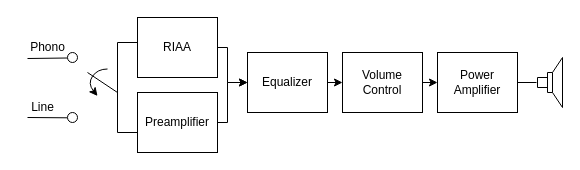
This is figures/technical_analysis/generic_hifi_amplifier.drawio from Niclasapdk/ESD4_project, a draw.io file, before an edit. Source tidied: cells renumbered, new cells numbered last; positions are measured from the earlier drawing's top-left corner, leaving out a move shared by most shapes. Both pictures are drawn from the tidied source at 100%, with x=0, y=0 at pixel (17, 17).
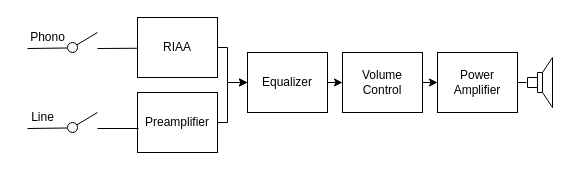
The same diagram, later.

Unchanged cells that the change refers to:
```xml
<mxCell id="3" value="RIAA" style="rounded=0;whiteSpace=wrap;html=1;" parent="1" vertex="1">
  <mxGeometry x="120" width="80" height="60" as="geometry" />
</mxCell>
<mxCell id="5" value="Preamplifier" style="rounded=0;whiteSpace=wrap;html=1;" parent="1" vertex="1">
  <mxGeometry x="120" y="75" width="80" height="60" as="geometry" />
</mxCell>
```

What changed in the source:
```diff
@@
     <mxCell id="6" style="endArrow=none;html=1;rounded=0;" parent="1" edge="1">
       <mxGeometry relative="1" as="geometry">
-        <mxPoint x="10" y="41" as="sourcePoint" />
-        <mxPoint x="50" y="40.5" as="targetPoint" />
+        <mxPoint x="10" y="31" as="sourcePoint" />
+        <mxPoint x="50" y="30.5" as="targetPoint" />
       </mxGeometry>
     </mxCell>
     <mxCell id="7" value="&lt;div&gt;Phono&lt;/div&gt;" style="text;html=1;align=center;verticalAlign=middle;strokeColor=none;fillColor=none;" parent="1" vertex="1">
-      <mxGeometry y="15" width="60" height="30" as="geometry" />
+      <mxGeometry y="5" width="60" height="30" as="geometry" />
     </mxCell>
-    <mxCell id="8" style="endArrow=none;html=1;rounded=0;" parent="1" edge="1">
-      <mxGeometry relative="1" as="geometry">
-        <mxPoint x="10" y="100" as="sourcePoint" />
-        <mxPoint x="50" y="100.3" as="targetPoint" />
-      </mxGeometry>
-    </mxCell>
-    <mxCell id="9" value="&lt;div&gt;Line&lt;/div&gt;" style="text;html=1;align=center;verticalAlign=middle;strokeColor=none;fillColor=none;" parent="1" vertex="1">
-      <mxGeometry y="75" width="50" height="30" as="geometry" />
-    </mxCell>
@@
     <mxCell id="15" style="verticalLabelPosition=bottom;shadow=0;dashed=0;align=center;html=1;verticalAlign=top;shape=mxgraph.electrical.electro-mechanical.loudspeaker;" parent="1" vertex="1">
-      <mxGeometry x="520" y="40" width="25" height="50" as="geometry" />
+      <mxGeometry x="510" y="40" width="25" height="50" as="geometry" />
     </mxCell>
@@
-    <mxCell id="18" style="curved=1;endArrow=classic;html=1;rounded=0;" parent="1" edge="1">
-      <mxGeometry relative="1" as="geometry">
-        <mxPoint x="90" y="51.5" as="sourcePoint" />
-        <mxPoint x="80" y="78.5" as="targetPoint" />
-        <Array as="points">
-          <mxPoint x="80" y="51.5" />
-          <mxPoint x="70" y="66" />
-        </Array>
-      </mxGeometry>
-    </mxCell>
     <mxCell id="19" style="ellipse;whiteSpace=wrap;html=1;" parent="1" vertex="1">
-      <mxGeometry x="50" y="35" width="10" height="10" as="geometry" />
+      <mxGeometry x="50" y="25" width="10" height="10" as="geometry" />
     </mxCell>
-    <mxCell id="20" style="ellipse;whiteSpace=wrap;html=1;" parent="1" vertex="1">
-      <mxGeometry x="50" y="95" width="10" height="10" as="geometry" />
-    </mxCell>
-    <mxCell id="21" style="endArrow=none;html=1;rounded=0;exitX=0;exitY=0.5;exitDx=0;exitDy=0;entryX=0;entryY=0.544;entryDx=0;entryDy=0;entryPerimeter=0;" parent="1" edge="1" source="3" target="5">
-      <mxGeometry relative="1" as="geometry">
-        <Array as="points">
-          <mxPoint x="120" y="25" />
-          <mxPoint x="100" y="25" />
-          <mxPoint x="100" y="115" />
-          <mxPoint x="120" y="115" />
-        </Array>
-      </mxGeometry>
-    </mxCell>
-    <mxCell id="22" style="endArrow=none;html=1;rounded=0;" parent="1" edge="1">
-      <mxGeometry relative="1" as="geometry">
-        <mxPoint x="100" y="75" as="sourcePoint" />
-        <mxPoint x="70" y="55" as="targetPoint" />
-      </mxGeometry>
-    </mxCell>
+    <mxCell id="23" style="endArrow=none;html=1;rounded=0;" parent="1" edge="1" source="19">
+      <mxGeometry relative="1" as="geometry">
+        <mxPoint x="80" y="15" as="targetPoint" />
+      </mxGeometry>
+    </mxCell>
+    <mxCell id="24" style="endArrow=none;html=1;rounded=0;entryX=0.008;entryY=0.513;entryDx=0;entryDy=0;entryPerimeter=0;" parent="1" edge="1" target="3">
+      <mxGeometry relative="1" as="geometry">
+        <mxPoint x="80" y="31" as="sourcePoint" />
+      </mxGeometry>
+    </mxCell>
+    <mxCell id="25" style="endArrow=none;html=1;rounded=0;" parent="1" edge="1">
+      <mxGeometry relative="1" as="geometry">
+        <mxPoint x="10" y="111" as="sourcePoint" />
+        <mxPoint x="50" y="110.5" as="targetPoint" />
+      </mxGeometry>
+    </mxCell>
+    <mxCell id="26" style="ellipse;whiteSpace=wrap;html=1;" parent="1" vertex="1">
+      <mxGeometry x="50" y="105" width="10" height="10" as="geometry" />
+    </mxCell>
+    <mxCell id="27" style="endArrow=none;html=1;rounded=0;" parent="1" edge="1" source="26">
+      <mxGeometry relative="1" as="geometry">
+        <mxPoint x="80" y="95" as="targetPoint" />
+      </mxGeometry>
+    </mxCell>
+    <mxCell id="28" style="endArrow=none;html=1;rounded=0;entryX=0.008;entryY=0.513;entryDx=0;entryDy=0;entryPerimeter=0;" parent="1" edge="1">
+      <mxGeometry relative="1" as="geometry">
+        <mxPoint x="80" y="111" as="sourcePoint" />
+        <mxPoint x="121" y="111" as="targetPoint" />
+      </mxGeometry>
+    </mxCell>
+    <mxCell id="9" value="Line" style="text;html=1;align=center;verticalAlign=middle;strokeColor=none;fillColor=none;" parent="1" vertex="1">
+      <mxGeometry y="85" width="50" height="30" as="geometry" />
+    </mxCell>
```
